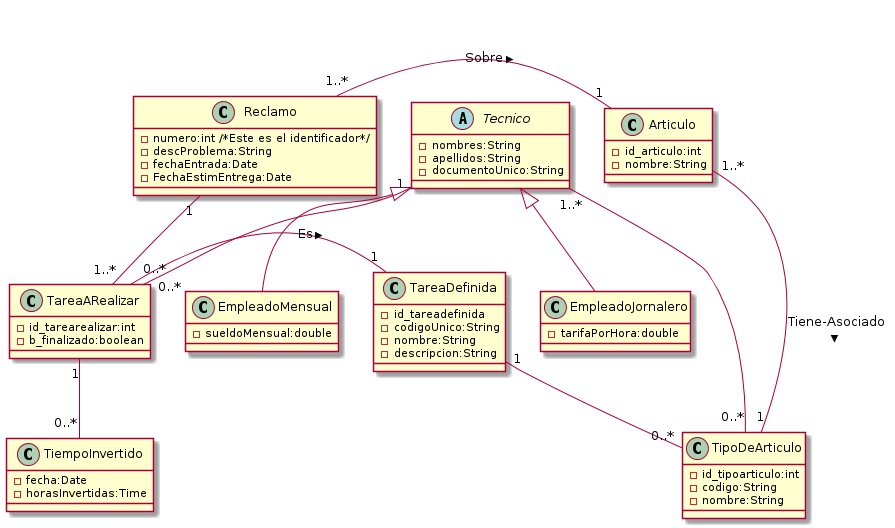
Above: Integrador/Diagramas/Diagrama_de_Clases_-_v1.1/diagrama_clase_v1-1.png in ulisescolina/UC-POOI (PlantUML), before the change. Source of this version:
```plantuml
@startuml diagrama_clase_v1-1.png

abstract class Tecnico {
  - nombres:String
  - apellidos:String
  - documentoUnico:String
}

class EmpleadoJornalero {
  - tarifaPorHora:double
}

class EmpleadoMensual {
  - sueldoMensual:double
}

class TipoDeArticulo {
  - id_tipoarticulo:int
  - codigo:String
  - nombre:String
}

class Articulo {
  - id_articulo:int
  - nombre:String
}

class TareaARealizar {
  - id_tarearealizar:int
  - b_finalizado:boolean
}

class TareaDefinida {
  - id_tareadefinida
  - codigoUnico:String
  - nombre:String
  - descripcion:String
}

class Reclamo {
  - numero:int /*Este es el identificador*/
  - descProblema:String
  - fechaEntrada:Date
  - FechaEstimEntrega:Date
}

class TiempoInvertido {
  - fecha:Date
  - horasInvertidas:Time
}

Tecnico "1..*" -- "0..*" TipoDeArticulo
Tecnico "1" -- "0..*" TareaARealizar
Tecnico <|-- EmpleadoJornalero
Tecnico <|-- EmpleadoMensual
Reclamo "1..*"-"1" Articulo: Sobre >
TareaARealizar "0..*" - "1" TareaDefinida: Es >
TareaDefinida "1" -- "0..*" TipoDeArticulo
Reclamo "1"--"1..*" TareaARealizar
TipoDeArticulo "1" -- "1..*" Articulo: Tiene-Asociado <
TareaARealizar "1" -- "0..*" TiempoInvertido


@enduml
```
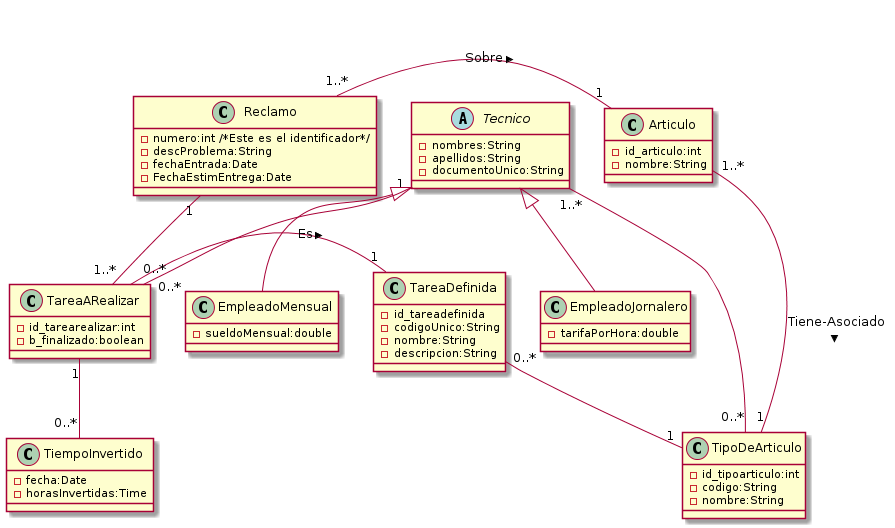
The same file after the commit.

Commit message:
Modificaciones Menores en Diagrama de Clases: cardinalidades invertidas en TipoDeArticulo-TareaDefinida

What changed in the source:
```diff
@@ -55,7 +55,7 @@
 Tecnico <|-- EmpleadoMensual
 Reclamo "1..*"-"1" Articulo: Sobre >
 TareaARealizar "0..*" - "1" TareaDefinida: Es >
-TareaDefinida "1" -- "0..*" TipoDeArticulo
+TareaDefinida "0..*" -- "1" TipoDeArticulo
 Reclamo "1"--"1..*" TareaARealizar
 TipoDeArticulo "1" -- "1..*" Articulo: Tiene-Asociado <
 TareaARealizar "1" -- "0..*" TiempoInvertido
```
